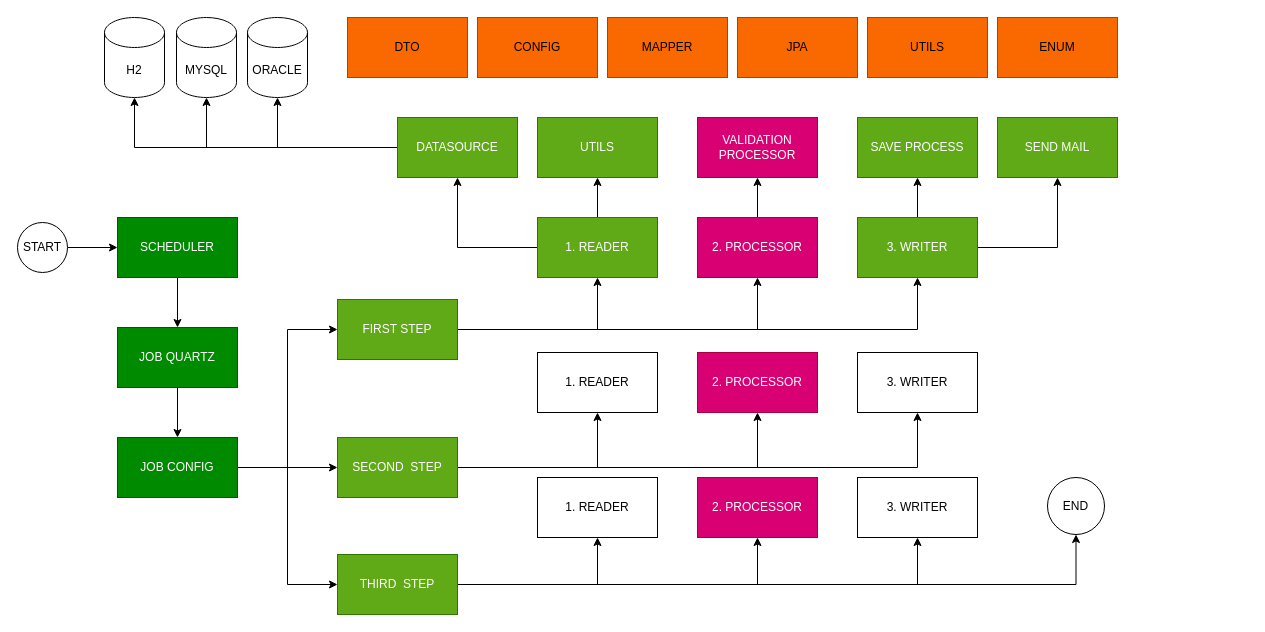
Earlier version of the draw.io diagram data/midias/job-flow-structure-overview.drawio (huntercodexs/spring-batch-job-demo). Source tidied: cells renumbered, new cells numbered last; positions are measured from the earlier drawing's top-left corner, leaving out a move shared by most shapes. Both pictures are drawn from the tidied source at 100%, with x=0, y=0 at pixel (17, 17).
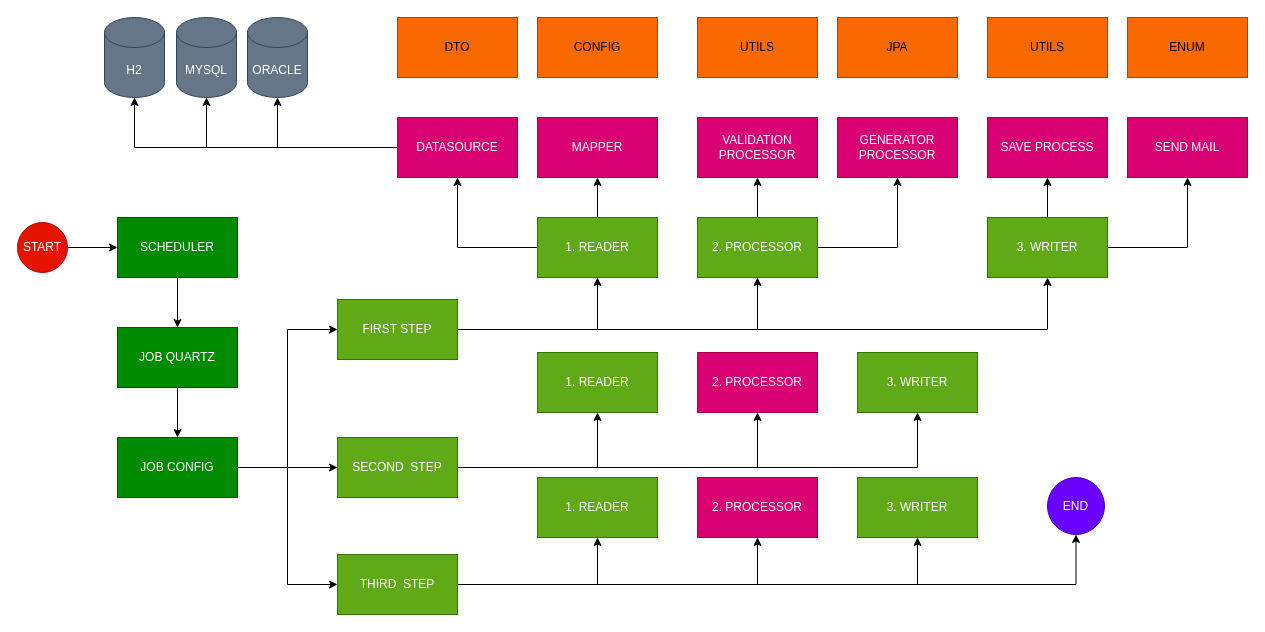
The same page after the edit.

What changed in the source:
```diff
@@
     <mxCell id="15" value="3. WRITER" style="rounded=0;whiteSpace=wrap;html=1;fillColor=#60a917;fontColor=#ffffff;strokeColor=#2D7600;" parent="1" vertex="1">
-      <mxGeometry x="840" y="200" width="120" height="60" as="geometry" />
+      <mxGeometry x="970" y="200" width="120" height="60" as="geometry" />
     </mxCell>
@@
+    <mxCell id="57" style="edgeStyle=orthogonalEdgeStyle;rounded=0;jettySize=auto;html=1;" parent="1" edge="1" source="17" target="58">
+      <mxGeometry relative="1" as="geometry" />
+    </mxCell>
-    <mxCell id="17" value="2. PROCESSOR" style="rounded=0;whiteSpace=wrap;html=1;fillColor=#d80073;fontColor=#ffffff;strokeColor=#A50040;" parent="1" vertex="1">
+    <mxCell id="17" value="2. PROCESSOR" style="rounded=0;whiteSpace=wrap;html=1;fillColor=#60a917;fontColor=#ffffff;strokeColor=#2D7600;" parent="1" vertex="1">
       <mxGeometry x="680" y="200" width="120" height="60" as="geometry" />
     </mxCell>
@@
-    <mxCell id="19" value="START" style="ellipse;whiteSpace=wrap;html=1;rounded=0;" parent="1" vertex="1">
+    <mxCell id="19" value="START" style="ellipse;whiteSpace=wrap;html=1;rounded=0;fillColor=#e51400;fontColor=#ffffff;strokeColor=#B20000;" parent="1" vertex="1">
       <mxGeometry y="205" width="50" height="50" as="geometry" />
     </mxCell>
@@
-    <mxCell id="33" value="1. READER" style="rounded=0;whiteSpace=wrap;html=1;" parent="1" vertex="1">
+    <mxCell id="33" value="1. READER" style="rounded=0;whiteSpace=wrap;html=1;fillColor=#60a917;fontColor=#ffffff;strokeColor=#2D7600;" parent="1" vertex="1">
       <mxGeometry x="520" y="335" width="120" height="60" as="geometry" />
     </mxCell>
-    <mxCell id="34" value="3. WRITER" style="rounded=0;whiteSpace=wrap;html=1;" parent="1" vertex="1">
+    <mxCell id="34" value="3. WRITER" style="rounded=0;whiteSpace=wrap;html=1;fillColor=#60a917;fontColor=#ffffff;strokeColor=#2D7600;" parent="1" vertex="1">
       <mxGeometry x="840" y="335" width="120" height="60" as="geometry" />
     </mxCell>
@@
-    <mxCell id="36" value="1. READER" style="rounded=0;whiteSpace=wrap;html=1;" parent="1" vertex="1">
+    <mxCell id="36" value="1. READER" style="rounded=0;whiteSpace=wrap;html=1;fillColor=#60a917;fontColor=#ffffff;strokeColor=#2D7600;" parent="1" vertex="1">
       <mxGeometry x="520" y="460" width="120" height="60" as="geometry" />
     </mxCell>
-    <mxCell id="37" value="3. WRITER" style="rounded=0;whiteSpace=wrap;html=1;" parent="1" vertex="1">
+    <mxCell id="37" value="3. WRITER" style="rounded=0;whiteSpace=wrap;html=1;fillColor=#60a917;fontColor=#ffffff;strokeColor=#2D7600;" parent="1" vertex="1">
       <mxGeometry x="840" y="460" width="120" height="60" as="geometry" />
     </mxCell>
@@
-    <mxCell id="39" value="END" style="ellipse;whiteSpace=wrap;html=1;rounded=0;" parent="1" vertex="1">
+    <mxCell id="39" value="END" style="ellipse;whiteSpace=wrap;html=1;rounded=0;fillColor=#6a00ff;fontColor=#ffffff;strokeColor=#3700CC;" parent="1" vertex="1">
       <mxGeometry x="1030" y="460" width="57" height="57" as="geometry" />
     </mxCell>
@@
-    <mxCell id="43" value="DATASOURCE" style="rounded=0;whiteSpace=wrap;html=1;fillColor=#60a917;fontColor=#ffffff;strokeColor=#2D7600;" parent="1" vertex="1">
+    <mxCell id="43" value="DATASOURCE" style="rounded=0;whiteSpace=wrap;html=1;fillColor=#d80073;fontColor=#ffffff;strokeColor=#A50040;" parent="1" vertex="1">
       <mxGeometry x="380" y="100" width="120" height="60" as="geometry" />
     </mxCell>
-    <mxCell id="44" value="UTILS" style="rounded=0;whiteSpace=wrap;html=1;fillColor=#60a917;fontColor=#ffffff;strokeColor=#2D7600;" parent="1" vertex="1">
+    <mxCell id="44" value="MAPPER" style="rounded=0;whiteSpace=wrap;html=1;fillColor=#d80073;fontColor=#ffffff;strokeColor=#A50040;" parent="1" vertex="1">
       <mxGeometry x="520" y="100" width="120" height="60" as="geometry" />
     </mxCell>
@@
-    <mxCell id="46" value="SEND MAIL" style="rounded=0;whiteSpace=wrap;html=1;fillColor=#60a917;fontColor=#ffffff;strokeColor=#2D7600;" parent="1" vertex="1">
-      <mxGeometry x="980" y="100" width="120" height="60" as="geometry" />
+    <mxCell id="46" value="SEND MAIL" style="rounded=0;whiteSpace=wrap;html=1;fillColor=#d80073;fontColor=#ffffff;strokeColor=#A50040;" parent="1" vertex="1">
+      <mxGeometry x="1110" y="100" width="120" height="60" as="geometry" />
     </mxCell>
-    <mxCell id="47" value="SAVE PROCESS" style="rounded=0;whiteSpace=wrap;html=1;fillColor=#60a917;fontColor=#ffffff;strokeColor=#2D7600;" parent="1" vertex="1">
-      <mxGeometry x="840" y="100" width="120" height="60" as="geometry" />
+    <mxCell id="47" value="SAVE PROCESS" style="rounded=0;whiteSpace=wrap;html=1;fillColor=#d80073;fontColor=#ffffff;strokeColor=#A50040;" parent="1" vertex="1">
+      <mxGeometry x="970" y="100" width="120" height="60" as="geometry" />
     </mxCell>
     <mxCell id="48" value="DTO" style="rounded=0;whiteSpace=wrap;html=1;fillColor=#fa6800;fontColor=#000000;strokeColor=#C73500;" parent="1" vertex="1">
-      <mxGeometry x="330" width="120" height="60" as="geometry" />
+      <mxGeometry x="380" width="120" height="60" as="geometry" />
     </mxCell>
-    <mxCell id="49" value="MAPPER" style="rounded=0;whiteSpace=wrap;html=1;fillColor=#fa6800;fontColor=#000000;strokeColor=#C73500;" parent="1" vertex="1">
-      <mxGeometry x="590" width="120" height="60" as="geometry" />
+    <mxCell id="49" value="UTILS" style="rounded=0;whiteSpace=wrap;html=1;fillColor=#fa6800;fontColor=#000000;strokeColor=#C73500;" parent="1" vertex="1">
+      <mxGeometry x="680" width="120" height="60" as="geometry" />
     </mxCell>
     <mxCell id="50" value="JPA" style="rounded=0;whiteSpace=wrap;html=1;fillColor=#fa6800;fontColor=#000000;strokeColor=#C73500;" parent="1" vertex="1">
-      <mxGeometry x="720" width="120" height="60" as="geometry" />
+      <mxGeometry x="820" width="120" height="60" as="geometry" />
     </mxCell>
     <mxCell id="51" value="UTILS" style="rounded=0;whiteSpace=wrap;html=1;fillColor=#fa6800;fontColor=#000000;strokeColor=#C73500;" parent="1" vertex="1">
-      <mxGeometry x="850" width="120" height="60" as="geometry" />
+      <mxGeometry x="970" width="120" height="60" as="geometry" />
     </mxCell>
     <mxCell id="52" value="ENUM" style="rounded=0;whiteSpace=wrap;html=1;fillColor=#fa6800;fontColor=#000000;strokeColor=#C73500;" parent="1" vertex="1">
-      <mxGeometry x="980" width="120" height="60" as="geometry" />
+      <mxGeometry x="1110" width="120" height="60" as="geometry" />
     </mxCell>
     <mxCell id="53" value="CONFIG" style="rounded=0;whiteSpace=wrap;html=1;fillColor=#fa6800;fontColor=#000000;strokeColor=#C73500;" parent="1" vertex="1">
-      <mxGeometry x="460" width="120" height="60" as="geometry" />
+      <mxGeometry x="520" width="120" height="60" as="geometry" />
     </mxCell>
-    <mxCell id="54" value="H2" style="shape=cylinder3;whiteSpace=wrap;html=1;boundedLbl=1;backgroundOutline=1;size=15;" parent="1" vertex="1">
+    <mxCell id="54" value="H2" style="shape=cylinder3;whiteSpace=wrap;html=1;boundedLbl=1;backgroundOutline=1;size=15;fillColor=#647687;fontColor=#ffffff;strokeColor=#314354;" parent="1" vertex="1">
       <mxGeometry x="87" width="60" height="80" as="geometry" />
     </mxCell>
-    <mxCell id="55" value="MYSQL" style="shape=cylinder3;whiteSpace=wrap;html=1;boundedLbl=1;backgroundOutline=1;size=15;" parent="1" vertex="1">
+    <mxCell id="55" value="MYSQL" style="shape=cylinder3;whiteSpace=wrap;html=1;boundedLbl=1;backgroundOutline=1;size=15;fillColor=#647687;fontColor=#ffffff;strokeColor=#314354;" parent="1" vertex="1">
       <mxGeometry x="159" width="60" height="80" as="geometry" />
     </mxCell>
-    <mxCell id="56" value="ORACLE" style="shape=cylinder3;whiteSpace=wrap;html=1;boundedLbl=1;backgroundOutline=1;size=15;" parent="1" vertex="1">
+    <mxCell id="56" value="ORACLE" style="shape=cylinder3;whiteSpace=wrap;html=1;boundedLbl=1;backgroundOutline=1;size=15;fillColor=#647687;fontColor=#ffffff;strokeColor=#314354;" parent="1" vertex="1">
       <mxGeometry x="230" width="60" height="80" as="geometry" />
     </mxCell>
+    <mxCell id="58" value="&lt;div&gt;GENERATOR&lt;/div&gt;&lt;div&gt;PROCESSOR&lt;br&gt;&lt;/div&gt;" style="rounded=0;whiteSpace=wrap;html=1;fillColor=#d80073;fontColor=#ffffff;strokeColor=#A50040;" parent="1" vertex="1">
+      <mxGeometry x="820" y="100" width="120" height="60" as="geometry" />
+    </mxCell>
```
